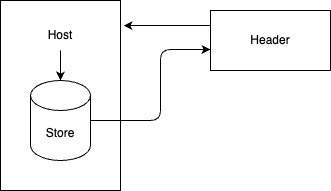
The draw.io diagram Archtecture.png in lucaspdroz/MFE-portal, before a commit. Source tidied: cells renumbered, new cells last; positions are measured from the earlier drawing's top-left corner, leaving out a move shared by most shapes. The source it was exported from:
```xml
<mxGraphModel>
  <root>
    <mxCell id="0" />
    <mxCell id="1" parent="0" />
    <mxCell id="2" style="rounded=0;whiteSpace=wrap;html=1;" parent="1" vertex="1">
      <mxGeometry width="120" height="190" as="geometry" />
    </mxCell>
    <mxCell id="3" style="edgeStyle=none;html=1;exitX=0;exitY=0.25;exitDx=0;exitDy=0;entryX=1.025;entryY=0.132;entryDx=0;entryDy=0;entryPerimeter=0;" parent="1" edge="1" source="4" target="2">
      <mxGeometry relative="1" as="geometry" />
    </mxCell>
    <mxCell id="4" value="Header" style="rounded=0;whiteSpace=wrap;html=1;" parent="1" vertex="1">
      <mxGeometry x="210" y="10" width="120" height="60" as="geometry" />
    </mxCell>
    <mxCell id="5" style="edgeStyle=none;html=1;exitX=0.5;exitY=1;exitDx=0;exitDy=0;entryX=0.5;entryY=0;entryDx=0;entryDy=0;entryPerimeter=0;" parent="1" edge="1" source="6" target="8">
      <mxGeometry relative="1" as="geometry" />
    </mxCell>
    <mxCell id="6" value="Host" style="text;html=1;strokeColor=none;fillColor=none;align=center;verticalAlign=middle;whiteSpace=wrap;rounded=0;" parent="1" vertex="1">
      <mxGeometry x="30" y="20" width="60" height="30" as="geometry" />
    </mxCell>
    <mxCell id="7" style="edgeStyle=none;html=1;exitX=1;exitY=0.5;exitDx=0;exitDy=0;exitPerimeter=0;entryX=0;entryY=0.65;entryDx=0;entryDy=0;entryPerimeter=0;" parent="1" edge="1" source="8" target="4">
      <mxGeometry relative="1" as="geometry">
        <Array as="points">
          <mxPoint x="160" y="120" />
          <mxPoint x="160" y="49" />
        </Array>
      </mxGeometry>
    </mxCell>
    <mxCell id="8" value="Store" style="shape=cylinder3;whiteSpace=wrap;html=1;boundedLbl=1;backgroundOutline=1;size=15;" parent="1" vertex="1">
      <mxGeometry x="30" y="80" width="60" height="80" as="geometry" />
    </mxCell>
  </root>
</mxGraphModel>
```
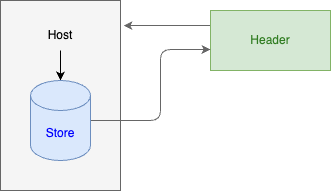
After the commit.

The edit, as a diff of the source:
```diff
@@ -2,22 +2,22 @@
   <root>
     <mxCell id="0" />
     <mxCell id="1" parent="0" />
-    <mxCell id="2" style="rounded=0;whiteSpace=wrap;html=1;" parent="1" vertex="1">
+    <mxCell id="2" style="rounded=0;whiteSpace=wrap;html=1;fillColor=#f5f5f5;fontColor=#333333;strokeColor=#666666;" parent="1" vertex="1">
       <mxGeometry width="120" height="190" as="geometry" />
     </mxCell>
-    <mxCell id="3" style="edgeStyle=none;html=1;exitX=0;exitY=0.25;exitDx=0;exitDy=0;entryX=1.025;entryY=0.132;entryDx=0;entryDy=0;entryPerimeter=0;" parent="1" edge="1" source="4" target="2">
+    <mxCell id="3" style="edgeStyle=none;html=1;exitX=0;exitY=0.25;exitDx=0;exitDy=0;entryX=1.025;entryY=0.132;entryDx=0;entryDy=0;entryPerimeter=0;fillColor=#f5f5f5;strokeColor=#666666;" parent="1" edge="1" source="4" target="2">
       <mxGeometry relative="1" as="geometry" />
     </mxCell>
-    <mxCell id="4" value="Header" style="rounded=0;whiteSpace=wrap;html=1;" parent="1" vertex="1">
+    <mxCell id="4" value="Header" style="rounded=0;whiteSpace=wrap;html=1;fillColor=#d5e8d4;strokeColor=#82b366;fontColor=#317D22;" parent="1" vertex="1">
       <mxGeometry x="210" y="10" width="120" height="60" as="geometry" />
     </mxCell>
     <mxCell id="5" style="edgeStyle=none;html=1;exitX=0.5;exitY=1;exitDx=0;exitDy=0;entryX=0.5;entryY=0;entryDx=0;entryDy=0;entryPerimeter=0;" parent="1" edge="1" source="6" target="8">
       <mxGeometry relative="1" as="geometry" />
     </mxCell>
-    <mxCell id="6" value="Host" style="text;html=1;strokeColor=none;fillColor=none;align=center;verticalAlign=middle;whiteSpace=wrap;rounded=0;" parent="1" vertex="1">
+    <mxCell id="6" value="Host" style="text;html=1;strokeColor=none;fillColor=none;align=center;verticalAlign=middle;whiteSpace=wrap;rounded=0;fontColor=#000000;" parent="1" vertex="1">
       <mxGeometry x="30" y="20" width="60" height="30" as="geometry" />
     </mxCell>
-    <mxCell id="7" style="edgeStyle=none;html=1;exitX=1;exitY=0.5;exitDx=0;exitDy=0;exitPerimeter=0;entryX=0;entryY=0.65;entryDx=0;entryDy=0;entryPerimeter=0;" parent="1" edge="1" source="8" target="4">
+    <mxCell id="7" style="edgeStyle=none;html=1;exitX=1;exitY=0.5;exitDx=0;exitDy=0;exitPerimeter=0;entryX=0;entryY=0.65;entryDx=0;entryDy=0;entryPerimeter=0;fillColor=#f5f5f5;strokeColor=#666666;" parent="1" edge="1" source="8" target="4">
       <mxGeometry relative="1" as="geometry">
         <Array as="points">
           <mxPoint x="160" y="120" />
@@ -25,7 +25,7 @@
         </Array>
       </mxGeometry>
     </mxCell>
-    <mxCell id="8" value="Store" style="shape=cylinder3;whiteSpace=wrap;html=1;boundedLbl=1;backgroundOutline=1;size=15;" parent="1" vertex="1">
+    <mxCell id="8" value="Store" style="shape=cylinder3;whiteSpace=wrap;html=1;boundedLbl=1;backgroundOutline=1;size=15;fillColor=#dae8fc;strokeColor=#6c8ebf;fontColor=#0000FF;" parent="1" vertex="1">
       <mxGeometry x="30" y="80" width="60" height="80" as="geometry" />
     </mxCell>
   </root>
```
